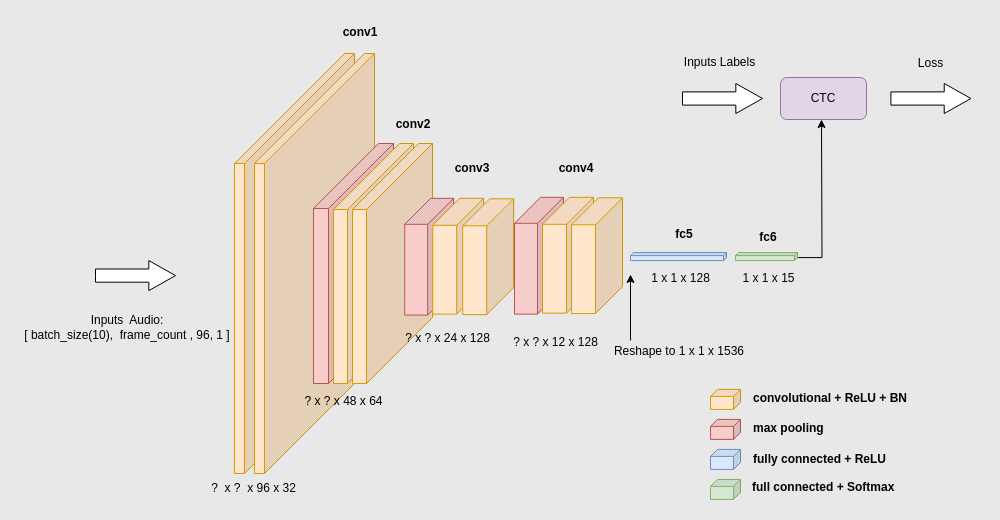
algerjiang/Neural-Network-Architecture-Diagrams keeps this draw.io diagram as vgg16_xml.drawio. Above is the earlier version. Source tidied: cells renumbered, new cells numbered last; positions are measured from the earlier drawing's top-left corner, leaving out a move shared by most shapes. Both pictures are drawn from the tidied source at 100%, with x=0, y=0 at pixel (17, 17).
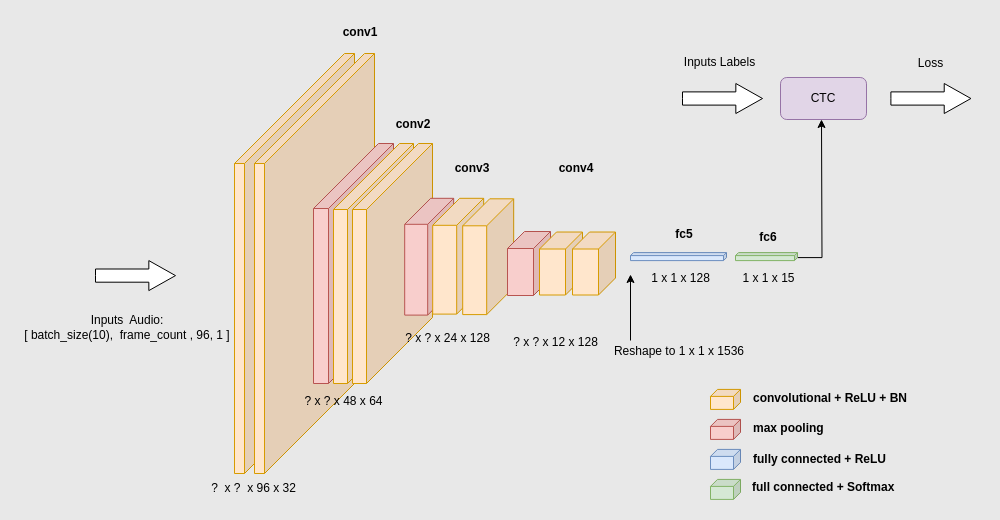
The same diagram, later.

Change to the diagram source:
```diff
@@
-    <mxCell id="38" style="shape=cube;whiteSpace=wrap;html=1;boundedLbl=1;backgroundOutline=1;darkOpacity=0.05;darkOpacity2=0.1;size=26;direction=east;flipH=1;fillColor=#f8cecc;strokeColor=#b85450;" parent="1" vertex="1">
-      <mxGeometry x="497" y="179.8" width="49" height="116.8" as="geometry" />
+    <mxCell id="38" style="shape=cube;whiteSpace=wrap;html=1;boundedLbl=1;backgroundOutline=1;darkOpacity=0.05;darkOpacity2=0.1;size=17;direction=east;flipH=1;fillColor=#f8cecc;strokeColor=#b85450;" parent="1" vertex="1">
+      <mxGeometry x="490" y="214" width="43" height="64" as="geometry" />
     </mxCell>
-    <mxCell id="39" style="shape=cube;whiteSpace=wrap;html=1;boundedLbl=1;backgroundOutline=1;darkOpacity=0.05;darkOpacity2=0.1;size=27;direction=east;flipH=1;fillColor=#ffe6cc;strokeColor=#d79b00;" parent="1" vertex="1">
-      <mxGeometry x="525" y="179.8" width="51" height="115.8" as="geometry" />
-    </mxCell>
-    <mxCell id="40" style="shape=cube;whiteSpace=wrap;html=1;boundedLbl=1;backgroundOutline=1;darkOpacity=0.05;darkOpacity2=0.1;size=27;direction=east;flipH=1;fillColor=#ffe6cc;strokeColor=#d79b00;" parent="1" vertex="1">
-      <mxGeometry x="554" y="180.3" width="51" height="115.8" as="geometry" />
+    <mxCell id="40" style="shape=cube;whiteSpace=wrap;html=1;boundedLbl=1;backgroundOutline=1;darkOpacity=0.05;darkOpacity2=0.1;size=17;direction=east;flipH=1;fillColor=#ffe6cc;strokeColor=#d79b00;" parent="1" vertex="1">
+      <mxGeometry x="522" y="214.5" width="43" height="63" as="geometry" />
     </mxCell>
@@
+    <mxCell id="45" style="shape=cube;whiteSpace=wrap;html=1;boundedLbl=1;backgroundOutline=1;darkOpacity=0.05;darkOpacity2=0.1;size=17;direction=east;flipH=1;fillColor=#ffe6cc;strokeColor=#d79b00;" parent="1" vertex="1">
+      <mxGeometry x="555" y="214.5" width="43" height="63" as="geometry" />
+    </mxCell>
```
